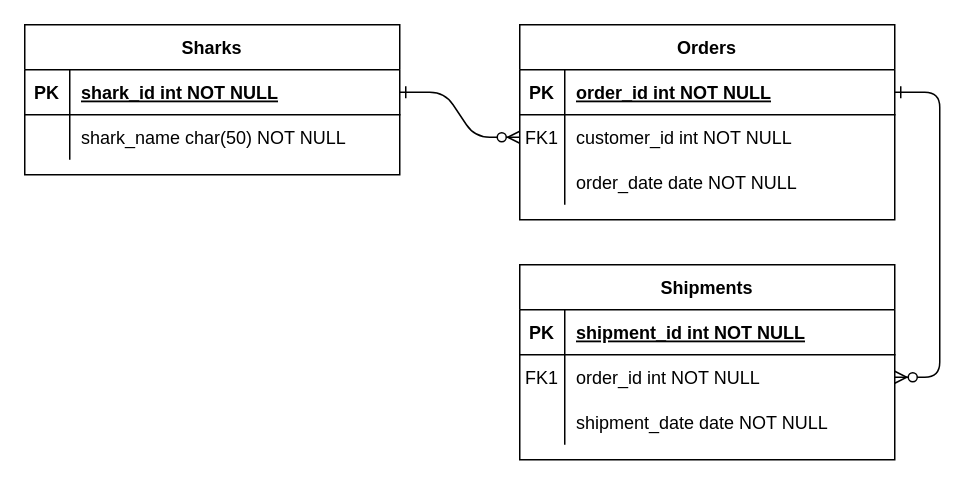
Above: Untitled Diagram.drawio in karanpreetkaur/data-models (draw.io), before the change. Source tidied: cells renumbered, new cells numbered last; positions are measured from the earlier drawing's top-left corner, leaving out a move shared by most shapes. Both pictures are drawn from the tidied source at 150%, with x=0, y=0 at pixel (24, 24).
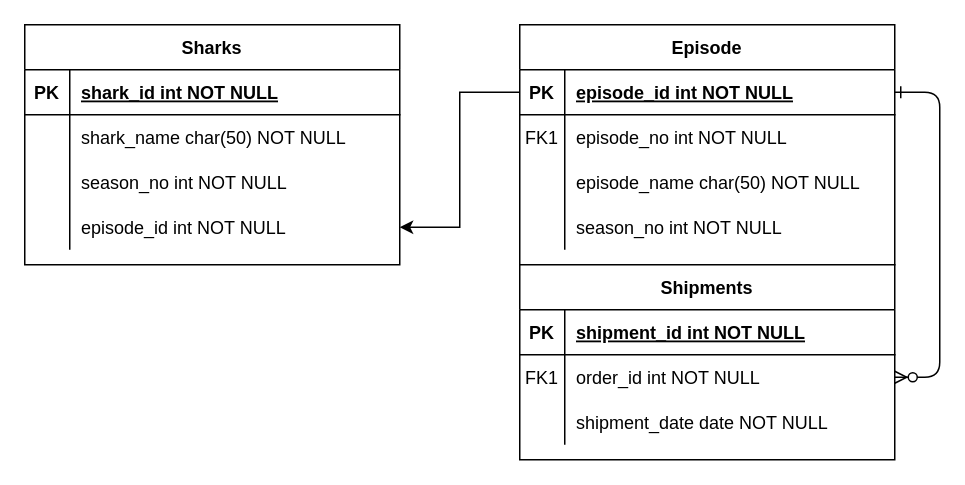
Above is the later version.

Commit message:
Shark_Tank

Unchanged cells that the change refers to:
```xml
<mxCell id="5" style="shape=partialRectangle;fillColor=none;points=[[0,0.5],[1,0.5]];portConstraint=eastwest;top=0;left=0;right=0;bottom=1;" parent="4" vertex="1">
  <mxGeometry y="30" width="250" height="30" as="geometry" />
</mxCell>
<mxCell id="8" style="shape=partialRectangle;fillColor=none;points=[[0,0.5],[1,0.5]];portConstraint=eastwest;top=0;left=0;right=0;bottom=0;" parent="4" vertex="1">
  <mxGeometry y="60" width="250" height="30" as="geometry" />
</mxCell>
<mxCell id="11" style="shape=partialRectangle;fillColor=none;top=0;left=0;right=0;bottom=0;" parent="4" vertex="1">
  <mxGeometry y="90" width="250" height="30" as="geometry" />
</mxCell>
<mxCell id="25" style="shape=partialRectangle;fillColor=none;points=[[0,0.5],[1,0.5]];portConstraint=eastwest;top=0;left=0;right=0;bottom=1;" parent="24" vertex="1">
  <mxGeometry y="30" width="250" height="30" as="geometry" />
</mxCell>
```

Diff of the diagram source:
```diff
@@
-    <mxCell id="2" style="edgeStyle=entityRelationEdgeStyle;endArrow=ERzeroToMany;startArrow=ERone;endFill=1;startFill=0;" parent="1" edge="1" source="25" target="8">
-      <mxGeometry relative="1" as="geometry" />
-    </mxCell>
@@
-    <mxCell id="4" value="Orders" style="shape=table;startSize=30;childLayout=tableLayout;rowLines=0;fontStyle=1;align=center;" parent="1" vertex="1">
-      <mxGeometry x="330" width="250" height="130" as="geometry" />
+    <mxCell id="4" value="Episode" style="shape=table;startSize=30;childLayout=tableLayout;rowLines=0;fontStyle=1;align=center;" parent="1" vertex="1">
+      <mxGeometry x="330" width="250" height="160" as="geometry" />
     </mxCell>
@@
-    <mxCell id="7" value="order_id int NOT NULL " style="shape=partialRectangle;overflow=hidden;fillColor=none;top=0;left=0;bottom=0;right=0;align=left;spacingLeft=6;fontStyle=5;" parent="5" vertex="1">
+    <mxCell id="7" value="episode_id int NOT NULL " style="shape=partialRectangle;overflow=hidden;fillColor=none;top=0;left=0;bottom=0;right=0;align=left;spacingLeft=6;fontStyle=5;" parent="5" vertex="1">
       <mxGeometry x="30" width="220" height="30" as="geometry" />
     </mxCell>
@@
-    <mxCell id="10" value="customer_id int NOT NULL" style="shape=partialRectangle;overflow=hidden;fillColor=none;top=0;left=0;bottom=0;right=0;align=left;spacingLeft=6;" parent="8" vertex="1">
+    <mxCell id="10" value="episode_no int NOT NULL" style="shape=partialRectangle;overflow=hidden;fillColor=none;top=0;left=0;bottom=0;right=0;align=left;spacingLeft=6;" parent="8" vertex="1">
       <mxGeometry x="30" width="220" height="30" as="geometry" />
     </mxCell>
@@
-    <mxCell id="13" value="order_date date NOT NULL" style="shape=partialRectangle;overflow=hidden;fillColor=none;top=0;left=0;bottom=0;right=0;align=left;spacingLeft=6;" parent="11" vertex="1">
+    <mxCell id="13" value="episode_name char(50) NOT NULL" style="shape=partialRectangle;overflow=hidden;fillColor=none;top=0;left=0;bottom=0;right=0;align=left;spacingLeft=6;" parent="11" vertex="1">
       <mxGeometry x="30" width="220" height="30" as="geometry" />
     </mxCell>
+    <mxCell id="31" style="shape=partialRectangle;fillColor=none;top=0;left=0;right=0;bottom=0;" parent="4" vertex="1">
+      <mxGeometry y="120" width="250" height="30" as="geometry" />
+    </mxCell>
+    <mxCell id="32" style="shape=partialRectangle;overflow=hidden;fillColor=none;top=0;left=0;bottom=0;right=0;" parent="31" vertex="1">
+      <mxGeometry width="30" height="30" as="geometry" />
+    </mxCell>
+    <mxCell id="33" value="season_no int NOT NULL" style="shape=partialRectangle;overflow=hidden;fillColor=none;top=0;left=0;bottom=0;right=0;align=left;spacingLeft=6;" parent="31" vertex="1">
+      <mxGeometry x="30" width="220" height="30" as="geometry" />
+    </mxCell>
@@
     <mxCell id="24" value="Sharks" style="shape=table;startSize=30;childLayout=tableLayout;rowLines=0;fontStyle=1;align=center;" parent="1" vertex="1">
-      <mxGeometry width="250" height="100" as="geometry" />
+      <mxGeometry width="250" height="160" as="geometry" />
     </mxCell>
@@
+    <mxCell id="34" style="shape=partialRectangle;fillColor=none;top=0;left=0;right=0;bottom=0;" parent="24" vertex="1">
+      <mxGeometry y="90" width="250" height="30" as="geometry" />
+    </mxCell>
+    <mxCell id="35" style="shape=partialRectangle;overflow=hidden;fillColor=none;top=0;left=0;bottom=0;right=0;" parent="34" vertex="1">
+      <mxGeometry width="30" height="30" as="geometry" />
+    </mxCell>
+    <mxCell id="36" value="season_no int NOT NULL" style="shape=partialRectangle;overflow=hidden;fillColor=none;top=0;left=0;bottom=0;right=0;align=left;spacingLeft=6;" parent="34" vertex="1">
+      <mxGeometry x="30" width="220" height="30" as="geometry" />
+    </mxCell>
+    <mxCell id="37" style="shape=partialRectangle;fillColor=none;points=[[0,0.5],[1,0.5]];portConstraint=eastwest;top=0;left=0;right=0;bottom=0;" parent="24" vertex="1">
+      <mxGeometry y="120" width="250" height="30" as="geometry" />
+    </mxCell>
+    <mxCell id="38" style="shape=partialRectangle;overflow=hidden;fillColor=none;top=0;left=0;bottom=0;right=0;" parent="37" vertex="1">
+      <mxGeometry width="30" height="30" as="geometry" />
+    </mxCell>
+    <mxCell id="39" value="episode_id int NOT NULL" style="shape=partialRectangle;overflow=hidden;fillColor=none;top=0;left=0;bottom=0;right=0;align=left;spacingLeft=6;" parent="37" vertex="1">
+      <mxGeometry x="30" width="220" height="30" as="geometry" />
+    </mxCell>
+    <mxCell id="40" style="edgeStyle=orthogonalEdgeStyle;rounded=0;jettySize=auto;html=1;exitX=0;exitY=0.5;exitDx=0;exitDy=0;entryX=1;entryY=0.5;entryDx=0;entryDy=0;" parent="1" edge="1" source="5" target="37">
+      <mxGeometry relative="1" as="geometry" />
+    </mxCell>
```
